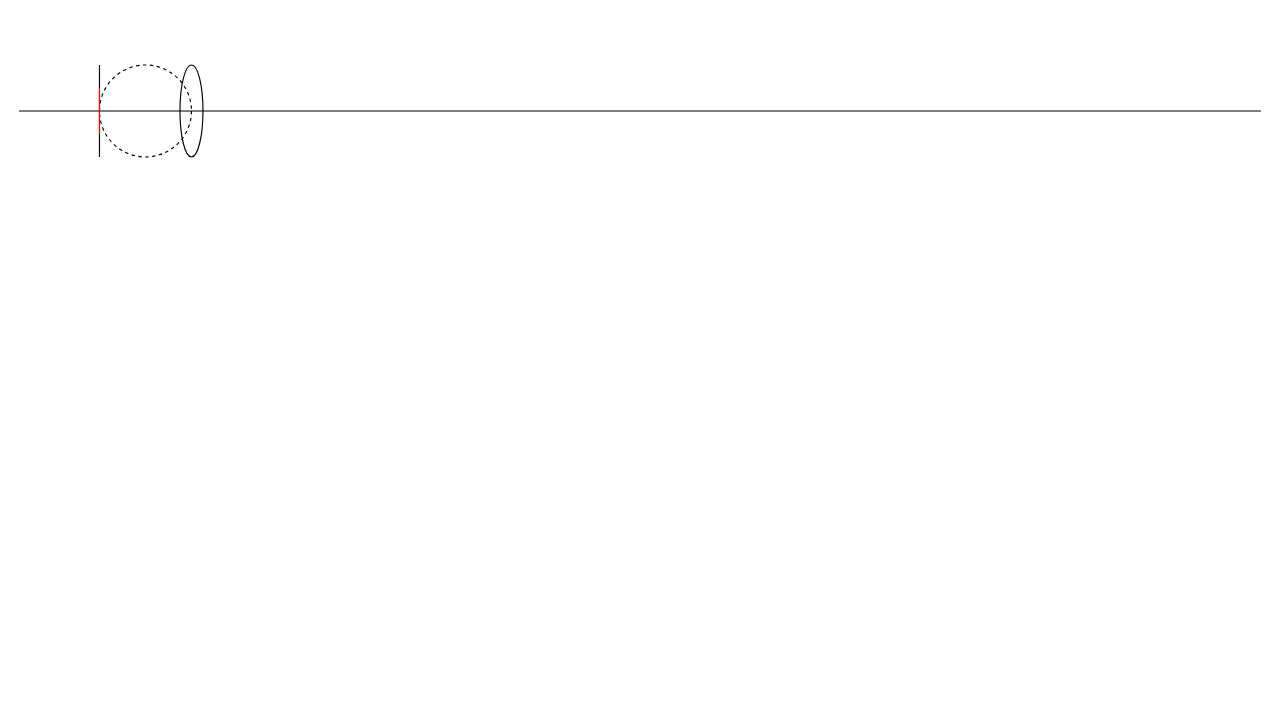
Above: Untitled Diagram.drawio in ctsutake/opt (draw.io), before the change. Source tidied: cells renumbered, new cells numbered last; positions are measured from the earlier drawing's top-left corner, leaving out a move shared by most shapes. Both pictures are drawn from the tidied source at 115%, with x=0, y=0 at pixel (18, 64).
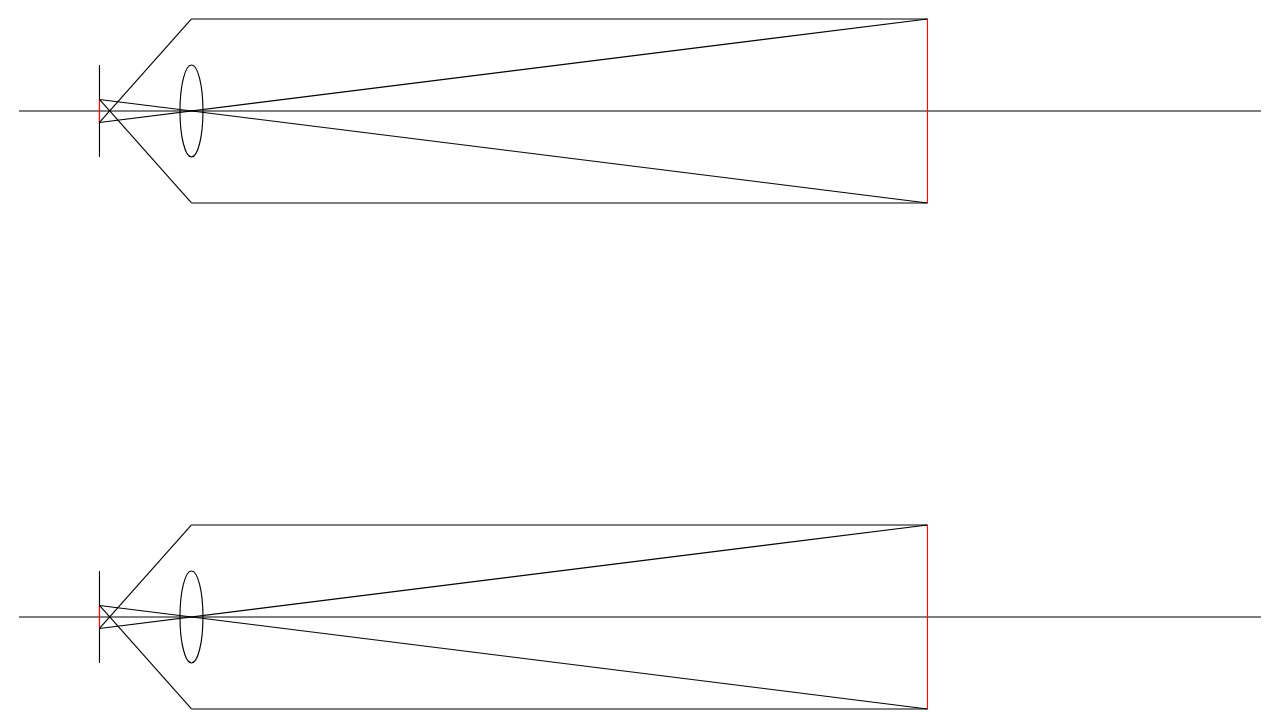
The same page after the edit.

Diff of the diagram source:
```diff
@@
-    <mxCell id="2" style="ellipse;whiteSpace=wrap;html=1;fillColor=none;dashed=1;" parent="1" vertex="1">
-      <mxGeometry x="70" width="80" height="80" as="geometry" />
-    </mxCell>
@@
     <mxCell id="5" style="endArrow=none;html=1;strokeColor=#FF0000;" parent="1" edge="1">
       <mxGeometry relative="1" as="geometry">
-        <mxPoint x="70" y="60" as="sourcePoint" />
-        <mxPoint x="70" y="20" as="targetPoint" />
+        <mxPoint x="70" y="50" as="sourcePoint" />
+        <mxPoint x="70" y="30" as="targetPoint" />
       </mxGeometry>
     </mxCell>
@@
+    <mxCell id="7" style="endArrow=none;html=1;" parent="1" edge="1">
+      <mxGeometry relative="1" as="geometry">
+        <mxPoint x="70" y="30" as="sourcePoint" />
+        <mxPoint x="790" y="120" as="targetPoint" />
+      </mxGeometry>
+    </mxCell>
+    <mxCell id="8" style="endArrow=none;html=1;strokeColor=#000000;" parent="1" edge="1">
+      <mxGeometry relative="1" as="geometry">
+        <mxPoint x="70" y="50" as="sourcePoint" />
+        <mxPoint x="790" y="-40" as="targetPoint" />
+      </mxGeometry>
+    </mxCell>
+    <mxCell id="9" style="endArrow=none;html=1;strokeColor=#FF0000;" parent="1" edge="1">
+      <mxGeometry relative="1" as="geometry">
+        <mxPoint x="790" y="120" as="sourcePoint" />
+        <mxPoint x="790" y="-40" as="targetPoint" />
+      </mxGeometry>
+    </mxCell>
+    <mxCell id="10" style="endArrow=none;html=1;" parent="1" edge="1">
+      <mxGeometry relative="1" as="geometry">
+        <mxPoint x="150" y="-40" as="sourcePoint" />
+        <mxPoint x="790" y="-40" as="targetPoint" />
+      </mxGeometry>
+    </mxCell>
+    <mxCell id="11" style="endArrow=none;html=1;strokeColor=#000000;" parent="1" edge="1">
+      <mxGeometry relative="1" as="geometry">
+        <mxPoint x="70" y="50" as="sourcePoint" />
+        <mxPoint x="150" y="-40" as="targetPoint" />
+      </mxGeometry>
+    </mxCell>
+    <mxCell id="12" style="endArrow=none;html=1;strokeColor=#000000;" parent="1" edge="1">
+      <mxGeometry relative="1" as="geometry">
+        <mxPoint x="70" y="30" as="sourcePoint" />
+        <mxPoint x="150" y="120" as="targetPoint" />
+      </mxGeometry>
+    </mxCell>
+    <mxCell id="13" style="endArrow=none;html=1;strokeColor=#000000;" parent="1" edge="1">
+      <mxGeometry relative="1" as="geometry">
+        <mxPoint x="150" y="120" as="sourcePoint" />
+        <mxPoint x="790" y="120" as="targetPoint" />
+      </mxGeometry>
+    </mxCell>
+    <mxCell id="14" style="endArrow=none;html=1;" parent="1" edge="1">
+      <mxGeometry relative="1" as="geometry">
+        <mxPoint y="480" as="sourcePoint" />
+        <mxPoint x="1080" y="480" as="targetPoint" />
+      </mxGeometry>
+    </mxCell>
+    <mxCell id="15" style="endArrow=none;html=1;" parent="1" edge="1">
+      <mxGeometry relative="1" as="geometry">
+        <mxPoint x="70" y="520" as="sourcePoint" />
+        <mxPoint x="70" y="440" as="targetPoint" />
+      </mxGeometry>
+    </mxCell>
+    <mxCell id="16" style="endArrow=none;html=1;strokeColor=#FF0000;" parent="1" edge="1">
+      <mxGeometry relative="1" as="geometry">
+        <mxPoint x="70" y="490" as="sourcePoint" />
+        <mxPoint x="70" y="470" as="targetPoint" />
+      </mxGeometry>
+    </mxCell>
+    <mxCell id="17" style="ellipse;whiteSpace=wrap;html=1;strokeColor=#000000;fillColor=none;" parent="1" vertex="1">
+      <mxGeometry x="140" y="440" width="20" height="80" as="geometry" />
+    </mxCell>
+    <mxCell id="18" style="endArrow=none;html=1;" parent="1" edge="1">
+      <mxGeometry relative="1" as="geometry">
+        <mxPoint x="70" y="470" as="sourcePoint" />
+        <mxPoint x="790" y="560" as="targetPoint" />
+      </mxGeometry>
+    </mxCell>
+    <mxCell id="19" style="endArrow=none;html=1;strokeColor=#000000;" parent="1" edge="1">
+      <mxGeometry relative="1" as="geometry">
+        <mxPoint x="70" y="490" as="sourcePoint" />
+        <mxPoint x="790" y="400" as="targetPoint" />
+      </mxGeometry>
+    </mxCell>
+    <mxCell id="20" style="endArrow=none;html=1;strokeColor=#FF0000;" parent="1" edge="1">
+      <mxGeometry relative="1" as="geometry">
+        <mxPoint x="790" y="560" as="sourcePoint" />
+        <mxPoint x="790" y="400" as="targetPoint" />
+      </mxGeometry>
+    </mxCell>
+    <mxCell id="21" style="endArrow=none;html=1;" parent="1" edge="1">
+      <mxGeometry relative="1" as="geometry">
+        <mxPoint x="150" y="400" as="sourcePoint" />
+        <mxPoint x="790" y="400" as="targetPoint" />
+      </mxGeometry>
+    </mxCell>
+    <mxCell id="22" style="endArrow=none;html=1;strokeColor=#000000;" parent="1" edge="1">
+      <mxGeometry relative="1" as="geometry">
+        <mxPoint x="70" y="490" as="sourcePoint" />
+        <mxPoint x="150" y="400" as="targetPoint" />
+      </mxGeometry>
+    </mxCell>
+    <mxCell id="23" style="endArrow=none;html=1;strokeColor=#000000;" parent="1" edge="1">
+      <mxGeometry relative="1" as="geometry">
+        <mxPoint x="70" y="470" as="sourcePoint" />
+        <mxPoint x="150" y="560" as="targetPoint" />
+      </mxGeometry>
+    </mxCell>
+    <mxCell id="24" style="endArrow=none;html=1;strokeColor=#000000;" parent="1" edge="1">
+      <mxGeometry relative="1" as="geometry">
+        <mxPoint x="150" y="560" as="sourcePoint" />
+        <mxPoint x="790" y="560" as="targetPoint" />
+      </mxGeometry>
+    </mxCell>
```
